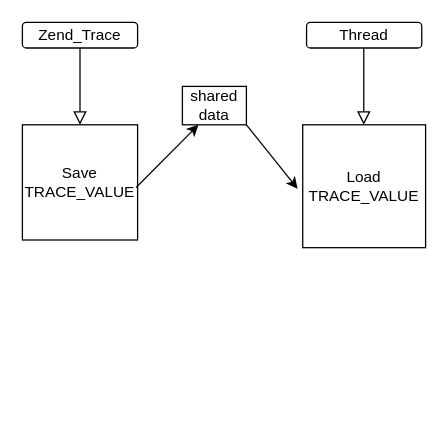
Before: 제목 없는 다이어그램.drawio in nks0005/edit-Zend, a draw.io diagram. Source tidied: cells renumbered, new cells numbered last; positions are measured from the earlier drawing's top-left corner, leaving out a move shared by most shapes. Both pictures are drawn from the tidied source at 128%, with x=0, y=0 at pixel (22, 22).
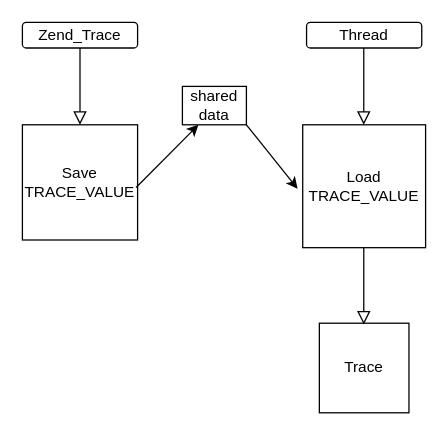
The same diagram, later.

Commit message (it also covers changes not shown here):
제목 없는 다이어그램.drawio 업데이트

The edit, as a diff of the source:
```diff
@@
 <mxGraphModel>
   <root>
     <mxCell id="0" />
     <mxCell id="1" parent="0" />
     <mxCell id="2" style="rounded=0;html=1;jettySize=auto;fontSize=11;endArrow=block;endFill=0;endSize=8;strokeWidth=1;shadow=0;labelBackgroundColor=none;edgeStyle=orthogonalEdgeStyle;" parent="1" edge="1" source="3">
       <mxGeometry relative="1" as="geometry">
         <mxPoint x="45" y="80" as="targetPoint" />
       </mxGeometry>
     </mxCell>
     <mxCell id="3" value="Zend_Trace" style="rounded=1;whiteSpace=wrap;html=1;fontSize=12;glass=0;strokeWidth=1;shadow=0;" parent="1" vertex="1">
       <mxGeometry width="90" height="20" as="geometry" />
     </mxCell>
     <mxCell id="4" value="Save&lt;br&gt;TRACE_VALUE" style="whiteSpace=wrap;html=1;" parent="1" vertex="1">
       <mxGeometry y="80" width="90" height="90" as="geometry" />
     </mxCell>
     <mxCell id="5" style="endArrow=classic;html=1;rounded=0;exitX=0.987;exitY=0.544;exitDx=0;exitDy=0;exitPerimeter=0;entryX=0.25;entryY=1;entryDx=0;entryDy=0;" parent="1" edge="1" source="4" target="7">
       <mxGeometry relative="1" as="geometry" />
     </mxCell>
     <mxCell id="6" value="Load&lt;br&gt;TRACE_VALUE" style="whiteSpace=wrap;html=1;" parent="1" vertex="1">
       <mxGeometry x="219" y="80" width="96" height="96" as="geometry" />
     </mxCell>
     <mxCell id="7" value="shared data" style="rounded=0;whiteSpace=wrap;html=1;" parent="1" vertex="1">
       <mxGeometry x="125" y="50" width="50" height="30" as="geometry" />
     </mxCell>
     <mxCell id="8" style="endArrow=classic;html=1;rounded=0;exitX=1;exitY=1;exitDx=0;exitDy=0;" parent="1" edge="1" source="7">
       <mxGeometry relative="1" as="geometry">
         <mxPoint x="215" y="130" as="targetPoint" />
       </mxGeometry>
     </mxCell>
     <mxCell id="9" value="Thread" style="rounded=1;whiteSpace=wrap;html=1;fontSize=12;glass=0;strokeWidth=1;shadow=0;" parent="1" vertex="1">
       <mxGeometry x="222" width="90" height="20" as="geometry" />
     </mxCell>
     <mxCell id="10" style="rounded=0;html=1;jettySize=auto;orthogonalLoop=1;fontSize=11;endArrow=block;endFill=0;endSize=8;strokeWidth=1;shadow=0;labelBackgroundColor=none;edgeStyle=orthogonalEdgeStyle;" parent="1" edge="1">
       <mxGeometry relative="1" as="geometry">
         <mxPoint x="266.7" y="20" as="sourcePoint" />
         <mxPoint x="266.7" y="80" as="targetPoint" />
         <Array as="points">
           <mxPoint x="267" y="60" />
           <mxPoint x="267" y="60" />
         </Array>
       </mxGeometry>
     </mxCell>
+    <mxCell id="11" value="Trace&lt;br&gt;" style="whiteSpace=wrap;html=1;" parent="1" vertex="1">
+      <mxGeometry x="232" y="235" width="70" height="70" as="geometry" />
+    </mxCell>
+    <mxCell id="12" style="rounded=0;html=1;jettySize=auto;orthogonalLoop=1;fontSize=11;endArrow=block;endFill=0;endSize=8;strokeWidth=1;shadow=0;labelBackgroundColor=none;edgeStyle=orthogonalEdgeStyle;" parent="1" edge="1">
+      <mxGeometry relative="1" as="geometry">
+        <mxPoint x="266.7" y="176" as="sourcePoint" />
+        <mxPoint x="266.7" y="236" as="targetPoint" />
+      </mxGeometry>
+    </mxCell>
   </root>
 </mxGraphModel>
```
